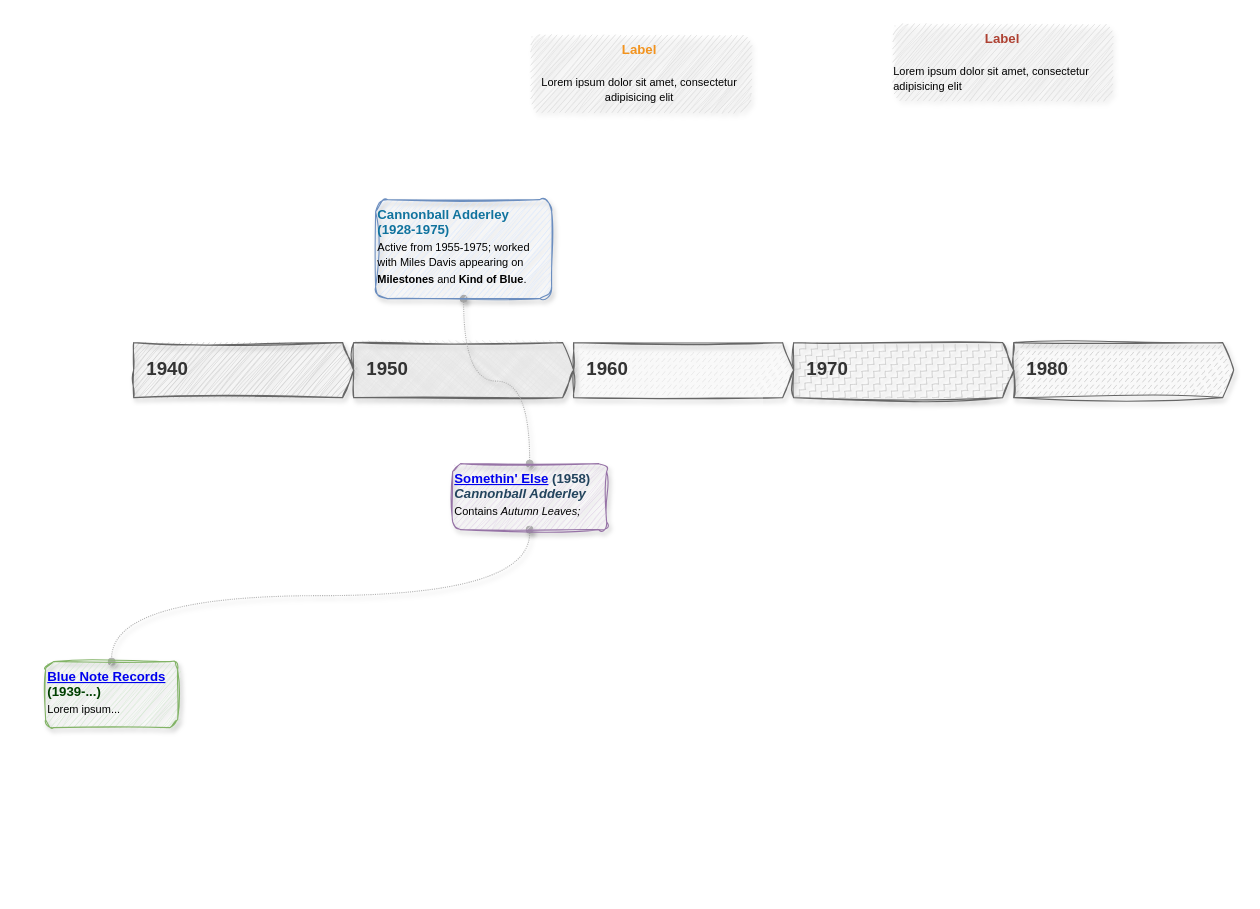
The draw.io diagram Jazz Timeline.drawio in BodoBurger/drawio-bucket, before the edit. Source tidied: cells renumbered, new cells numbered last; positions are measured from the earlier drawing's top-left corner, leaving out a move shared by most shapes. Both pictures are drawn from the tidied source at 110%, with x=0, y=0 at pixel (45, 23).
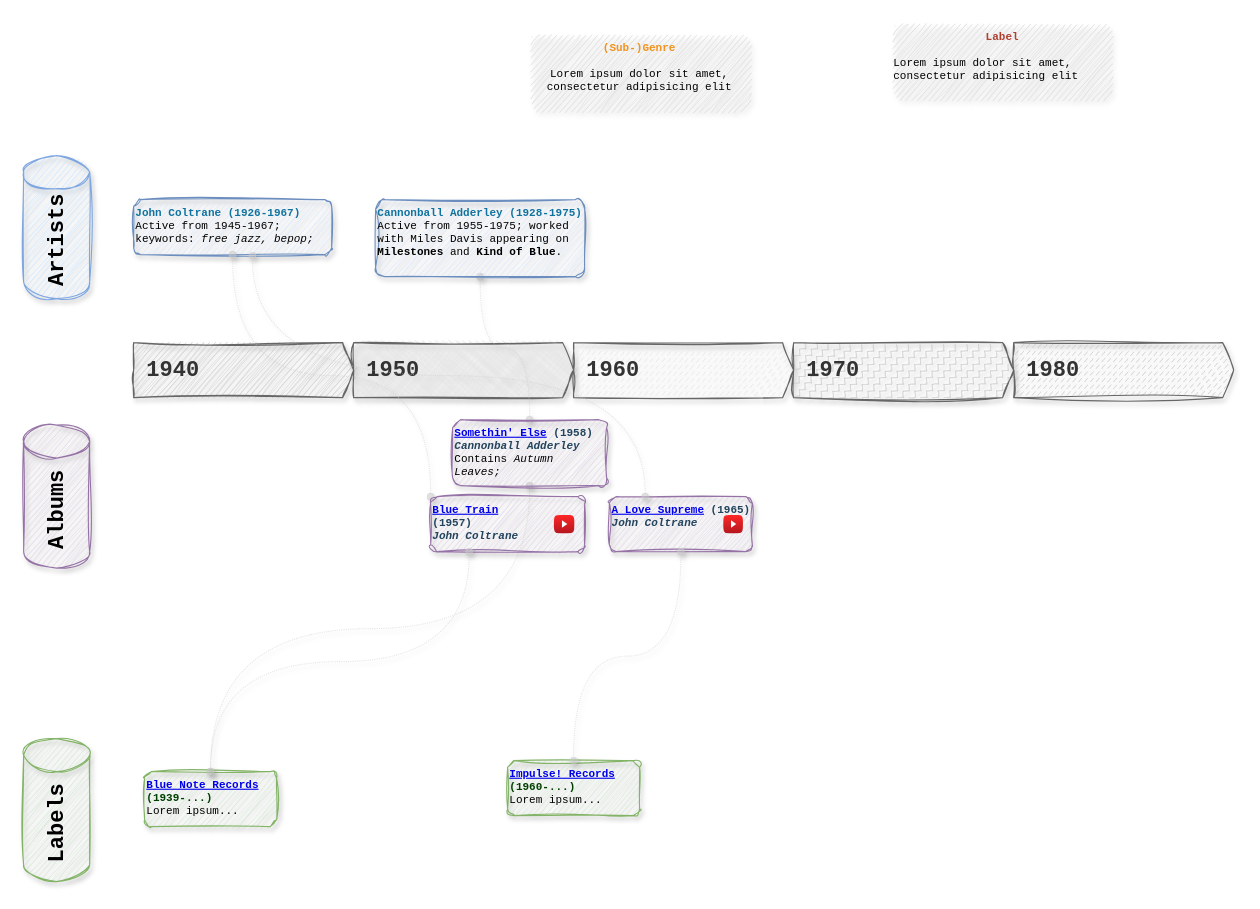
After the change.

Change to the diagram source:
```diff
@@
-    <mxCell id="2" value="1940&lt;span style=&quot;white-space: pre;&quot;&gt;&#9;&lt;/span&gt;" style="shape=mxgraph.infographic.ribbonSimple;notch1=0;notch2=10;notch=0;html=1;fillColor=#CCCCCC;strokeColor=#666666;shadow=1;fontSize=17;fontColor=#333333;align=left;spacingLeft=10;fontStyle=1;whiteSpace=wrap;fillStyle=hachure;gradientColor=none;gradientDirection=east;sketch=1;curveFitting=1;jiggle=2;" parent="1" vertex="1">
+    <mxCell id="2" value="1940&lt;span style=&quot;white-space: pre;&quot;&gt;&#9;&lt;/span&gt;" style="shape=mxgraph.infographic.ribbonSimple;notch1=0;notch2=10;notch=0;html=1;fillColor=#CCCCCC;strokeColor=#666666;shadow=1;fontSize=20;fontColor=#333333;align=left;spacingLeft=10;fontStyle=1;whiteSpace=wrap;fillStyle=hachure;gradientColor=none;gradientDirection=east;sketch=1;curveFitting=1;jiggle=2;fontFamily=Courier New;" parent="1" vertex="1">
       <mxGeometry x="80" y="290" width="200" height="50" as="geometry" />
     </mxCell>
-    <mxCell id="3" value="1950" style="shape=mxgraph.infographic.ribbonSimple;notch1=0;notch2=10;notch=0;html=1;fillColor=#E6E6E6;strokeColor=#666666;shadow=1;fontSize=17;fontColor=#333333;align=left;spacingLeft=10;fontStyle=1;whiteSpace=wrap;fillStyle=cross-hatch;sketch=1;curveFitting=1;jiggle=2;" parent="1" vertex="1">
+    <mxCell id="3" value="1950" style="shape=mxgraph.infographic.ribbonSimple;notch1=0;notch2=10;notch=0;html=1;fillColor=#E6E6E6;strokeColor=#666666;shadow=1;fontSize=20;fontColor=#333333;align=left;spacingLeft=10;fontStyle=1;whiteSpace=wrap;fillStyle=cross-hatch;sketch=1;curveFitting=1;jiggle=2;fontFamily=Courier New;" parent="1" vertex="1">
       <mxGeometry x="280" y="290" width="200" height="50" as="geometry" />
     </mxCell>
-    <mxCell id="4" value="1960" style="shape=mxgraph.infographic.ribbonSimple;notch1=0;notch2=10;notch=0;html=1;fillColor=#E6E6E6;strokeColor=#666666;shadow=1;fontSize=17;fontColor=#333333;align=left;spacingLeft=10;fontStyle=1;whiteSpace=wrap;fillStyle=dashed;sketch=1;curveFitting=1;jiggle=2;" parent="1" vertex="1">
+    <mxCell id="4" value="1960" style="shape=mxgraph.infographic.ribbonSimple;notch1=0;notch2=10;notch=0;html=1;fillColor=#E6E6E6;strokeColor=#666666;shadow=1;fontSize=20;fontColor=#333333;align=left;spacingLeft=10;fontStyle=1;whiteSpace=wrap;fillStyle=dashed;sketch=1;curveFitting=1;jiggle=2;fontFamily=Courier New;" parent="1" vertex="1">
       <mxGeometry x="480" y="290" width="200" height="50" as="geometry" />
     </mxCell>
-    <mxCell id="5" value="1970" style="shape=mxgraph.infographic.ribbonSimple;notch1=0;notch2=10;notch=0;html=1;fillColor=#CCCCCC;strokeColor=#666666;shadow=1;fontSize=17;fontColor=#333333;align=left;spacingLeft=10;fontStyle=1;whiteSpace=wrap;fillStyle=zigzag-line;sketch=1;curveFitting=1;jiggle=2;" parent="1" vertex="1">
+    <mxCell id="5" value="1970" style="shape=mxgraph.infographic.ribbonSimple;notch1=0;notch2=10;notch=0;html=1;fillColor=#CCCCCC;strokeColor=#666666;shadow=1;fontSize=20;fontColor=#333333;align=left;spacingLeft=10;fontStyle=1;whiteSpace=wrap;fillStyle=zigzag-line;sketch=1;curveFitting=1;jiggle=2;fontFamily=Courier New;" parent="1" vertex="1">
       <mxGeometry x="680" y="290" width="200" height="50" as="geometry" />
     </mxCell>
-    <mxCell id="6" value="1980" style="shape=mxgraph.infographic.ribbonSimple;notch1=0;notch2=10;notch=0;html=1;fillColor=#CCCCCC;strokeColor=#666666;shadow=1;fontSize=17;fontColor=#333333;align=left;spacingLeft=10;fontStyle=1;whiteSpace=wrap;fillStyle=dashed;sketch=1;curveFitting=1;jiggle=2;" parent="1" vertex="1">
+    <mxCell id="6" value="1980" style="shape=mxgraph.infographic.ribbonSimple;notch1=0;notch2=10;notch=0;html=1;fillColor=#CCCCCC;strokeColor=#666666;shadow=1;fontSize=20;fontColor=#333333;align=left;spacingLeft=10;fontStyle=1;whiteSpace=wrap;fillStyle=dashed;sketch=1;curveFitting=1;jiggle=2;fontFamily=Courier New;" parent="1" vertex="1">
       <mxGeometry x="880" y="290" width="200" height="50" as="geometry" />
     </mxCell>
-    <mxCell id="7" style="edgeStyle=orthogonalEdgeStyle;shape=connector;curved=1;rounded=0;jettySize=auto;html=1;exitX=0.5;exitY=0;exitDx=0;exitDy=0;entryX=0.5;entryY=1;entryDx=0;entryDy=0;strokeColor=#B3B3B3;align=center;verticalAlign=middle;fontFamily=Helvetica;fontSize=11;fontColor=default;labelBackgroundColor=default;startArrow=oval;startFill=1;endArrow=oval;endFill=1;fillColor=#f5f5f5;dashed=1;dashPattern=1 1;shadow=1;" parent="1" edge="1" source="12" target="8">
+    <mxCell id="7" style="edgeStyle=orthogonalEdgeStyle;shape=connector;curved=1;rounded=0;jettySize=auto;html=1;exitX=0.5;exitY=0;exitDx=0;exitDy=0;entryX=0.5;entryY=1;entryDx=0;entryDy=0;strokeColor=#CCCCCC;align=center;verticalAlign=middle;fontFamily=Courier New;fontSize=10;fontColor=default;labelBackgroundColor=default;startArrow=oval;startFill=1;endArrow=oval;endFill=1;fillColor=#f5f5f5;dashed=1;dashPattern=1 1;shadow=1;opacity=50;flowAnimation=0;" parent="1" edge="1" source="12" target="8">
       <mxGeometry relative="1" as="geometry" />
     </mxCell>
-    <mxCell id="8" value="&lt;div&gt;&lt;font style=&quot;font-size: 10px&quot;&gt;&lt;font style=&quot;font-size: 12px&quot; color=&quot;#10739E&quot;&gt;&lt;b&gt;Cannonball Adderley&lt;/b&gt;&lt;/font&gt;&lt;/font&gt;&lt;/div&gt;&lt;div&gt;&lt;font style=&quot;font-size: 10px&quot;&gt;&lt;font style=&quot;font-size: 12px&quot; color=&quot;#10739E&quot;&gt;&lt;b&gt;(1928-1975)&lt;/b&gt;&lt;/font&gt;&lt;/font&gt;&lt;/div&gt;&lt;div&gt;&lt;font style=&quot;font-size: 10px&quot;&gt;&lt;font size=&quot;1&quot;&gt;Active from 1955-1975; worked with Miles Davis appearing on &lt;b&gt;Milestones&lt;/b&gt; and &lt;b&gt;Kind of Blue&lt;/b&gt;.&lt;br&gt;&lt;/font&gt;&lt;/font&gt;&lt;/div&gt;" style="rounded=1;strokeColor=#6c8ebf;fillColor=#dae8fc;align=left;arcSize=12;verticalAlign=top;whiteSpace=wrap;html=1;fontSize=12;shadow=1;glass=0;sketch=1;curveFitting=1;jiggle=2;" parent="1" vertex="1">
-      <mxGeometry x="300" y="160" width="160" height="90" as="geometry" />
+    <mxCell id="8" value="&lt;div&gt;&lt;font&gt;&lt;font color=&quot;#10739E&quot;&gt;&lt;b&gt;Cannonball Adderley (1928-1975)&lt;/b&gt;&lt;/font&gt;&lt;/font&gt;&lt;/div&gt;&lt;div&gt;&lt;font&gt;&lt;font&gt;Active from 1955-1975; worked with Miles Davis appearing on &lt;b&gt;Milestones&lt;/b&gt; and &lt;b&gt;Kind of Blue&lt;/b&gt;.&lt;br&gt;&lt;/font&gt;&lt;/font&gt;&lt;/div&gt;" style="rounded=1;strokeColor=#6c8ebf;fillColor=#dae8fc;align=left;arcSize=12;verticalAlign=top;whiteSpace=wrap;html=1;fontSize=10;shadow=1;glass=0;sketch=1;curveFitting=1;jiggle=2;fontFamily=Courier New;" parent="1" vertex="1">
+      <mxGeometry x="300" y="160" width="190" height="70" as="geometry" />
     </mxCell>
-    <mxCell id="9" value="&lt;font style=&quot;font-size: 10px&quot;&gt;&lt;font style=&quot;font-size: 12px&quot; color=&quot;#F2931E&quot;&gt;&lt;b&gt;Label&lt;/b&gt;&lt;/font&gt;&lt;br&gt;&lt;br&gt;&lt;font size=&quot;1&quot;&gt;Lorem ipsum dolor sit amet, consectetur adipisicing elit&lt;/font&gt;&lt;/font&gt;" style="rounded=1;strokeColor=none;fillColor=#DDDDDD;align=center;arcSize=12;verticalAlign=top;whiteSpace=wrap;html=1;fontSize=12;sketch=1;curveFitting=1;jiggle=2;shadow=1;" parent="1" vertex="1">
+    <mxCell id="9" value="&lt;font&gt;&lt;font color=&quot;#F2931E&quot;&gt;&lt;b&gt;(Sub-)Genre&lt;/b&gt;&lt;/font&gt;&lt;br&gt;&lt;br&gt;&lt;font&gt;Lorem ipsum dolor sit amet, consectetur adipisicing elit&lt;/font&gt;&lt;/font&gt;" style="rounded=1;strokeColor=none;fillColor=#DDDDDD;align=center;arcSize=12;verticalAlign=top;whiteSpace=wrap;html=1;fontSize=10;sketch=1;curveFitting=1;jiggle=2;shadow=1;fontFamily=Courier New;" parent="1" vertex="1">
       <mxGeometry x="440" y="10" width="200" height="70" as="geometry" />
     </mxCell>
-    <mxCell id="10" value="&lt;font style=&quot;font-size: 10px&quot;&gt;&lt;font style=&quot;font-size: 12px&quot; color=&quot;#AE4132&quot;&gt;&lt;b&gt;Label&lt;/b&gt;&lt;/font&gt;&lt;br&gt;&lt;br&gt;&lt;/font&gt;&lt;div align=&quot;left&quot;&gt;&lt;font style=&quot;font-size: 10px&quot;&gt;&lt;font size=&quot;1&quot;&gt;Lorem ipsum dolor sit amet, consectetur adipisicing elit&lt;/font&gt;&lt;/font&gt;&lt;/div&gt;" style="rounded=1;strokeColor=none;fillColor=#DDDDDD;align=center;arcSize=12;verticalAlign=top;whiteSpace=wrap;html=1;fontSize=12;sketch=1;curveFitting=1;jiggle=2;shadow=1;" parent="1" vertex="1">
+    <mxCell id="10" value="&lt;font&gt;&lt;font color=&quot;#AE4132&quot;&gt;&lt;b&gt;Label&lt;/b&gt;&lt;/font&gt;&lt;br&gt;&lt;br&gt;&lt;/font&gt;&lt;div align=&quot;left&quot;&gt;&lt;font&gt;&lt;font&gt;Lorem ipsum dolor sit amet, consectetur adipisicing elit&lt;/font&gt;&lt;/font&gt;&lt;/div&gt;" style="rounded=1;strokeColor=none;fillColor=#DDDDDD;align=center;arcSize=12;verticalAlign=top;whiteSpace=wrap;html=1;fontSize=10;sketch=1;curveFitting=1;jiggle=2;shadow=1;fontFamily=Courier New;" parent="1" vertex="1">
       <mxGeometry x="770" width="200" height="70" as="geometry" />
     </mxCell>
-    <mxCell id="11" style="edgeStyle=orthogonalEdgeStyle;shape=connector;curved=1;rounded=0;jettySize=auto;html=1;exitX=0.5;exitY=1;exitDx=0;exitDy=0;entryX=0.5;entryY=0;entryDx=0;entryDy=0;dashed=1;strokeColor=#B3B3B3;align=center;verticalAlign=middle;fontFamily=Helvetica;fontSize=11;fontColor=default;labelBackgroundColor=default;startArrow=oval;startFill=1;endArrow=oval;endFill=1;fillColor=#f5f5f5;flowAnimation=0;shadow=1;dashPattern=1 1;" parent="1" edge="1" source="12" target="13">
+    <mxCell id="11" style="edgeStyle=orthogonalEdgeStyle;shape=connector;curved=1;rounded=0;jettySize=auto;html=1;exitX=0.5;exitY=1;exitDx=0;exitDy=0;entryX=0.5;entryY=0;entryDx=0;entryDy=0;dashed=1;strokeColor=#CCCCCC;align=center;verticalAlign=middle;fontFamily=Courier New;fontSize=10;fontColor=default;labelBackgroundColor=default;startArrow=oval;startFill=1;endArrow=oval;endFill=1;fillColor=#f5f5f5;flowAnimation=0;shadow=1;dashPattern=1 1;opacity=50;" parent="1" edge="1" source="12" target="13">
       <mxGeometry relative="1" as="geometry" />
     </mxCell>
-    <mxCell id="12" value="&lt;font style=&quot;font-size: 10px&quot;&gt;&lt;font style=&quot;font-size: 12px&quot; color=&quot;#23445D&quot;&gt;&lt;b&gt;&lt;a href=&quot;https://en.wikipedia.org/wiki/Somethin%27_Else_(Cannonball_Adderley_album)&quot;&gt;Somethin' Else&lt;/a&gt; (1958)&lt;br&gt;&lt;i&gt;Cannonball Adderley&lt;/i&gt;&lt;/b&gt;&lt;/font&gt;&lt;br&gt;&lt;font size=&quot;1&quot;&gt;Contains &lt;i&gt;Autumn Leaves;&lt;/i&gt;&lt;/font&gt;&lt;/font&gt;" style="rounded=1;strokeColor=#9673a6;fillColor=#e1d5e7;align=left;arcSize=12;verticalAlign=top;whiteSpace=wrap;html=1;fontSize=12;sketch=1;curveFitting=1;jiggle=2;shadow=1;" parent="1" vertex="1">
-      <mxGeometry x="370" y="400" width="140" height="60" as="geometry" />
+    <mxCell id="12" value="&lt;font&gt;&lt;font color=&quot;#23445D&quot;&gt;&lt;b&gt;&lt;a href=&quot;https://en.wikipedia.org/wiki/Somethin%27_Else_(Cannonball_Adderley_album)&quot;&gt;Somethin' Else&lt;/a&gt; (1958)&lt;br&gt;&lt;i&gt;Cannonball Adderley&lt;/i&gt;&lt;/b&gt;&lt;/font&gt;&lt;br&gt;&lt;font&gt;Contains &lt;i&gt;Autumn Leaves;&lt;/i&gt;&lt;/font&gt;&lt;/font&gt;" style="rounded=1;strokeColor=#9673a6;fillColor=#e1d5e7;align=left;arcSize=12;verticalAlign=top;whiteSpace=wrap;html=1;fontSize=10;sketch=1;curveFitting=1;jiggle=2;shadow=1;fontFamily=Courier New;" parent="1" vertex="1">
+      <mxGeometry x="370" y="360" width="140" height="60" as="geometry" />
     </mxCell>
-    <mxCell id="13" value="&lt;div&gt;&lt;font color=&quot;#004000&quot; style=&quot;font-size: 10px&quot;&gt;&lt;font style=&quot;font-size: 12px&quot;&gt;&lt;b&gt;&lt;a href=&quot;https://en.wikipedia.org/wiki/Blue_Note_Records&quot;&gt;Blue Note Records&lt;/a&gt; (1939-...)&lt;/b&gt;&lt;/font&gt;&lt;/font&gt;&lt;/div&gt;&lt;div&gt;&lt;font style=&quot;font-size: 10px&quot;&gt;&lt;font size=&quot;1&quot;&gt;Lorem ipsum...&lt;/font&gt;&lt;/font&gt;&lt;/div&gt;" style="rounded=1;strokeColor=#82b366;fillColor=#d5e8d4;align=left;arcSize=12;verticalAlign=top;whiteSpace=wrap;html=1;fontSize=12;shadow=1;sketch=1;curveFitting=1;jiggle=2;" parent="1" vertex="1">
-      <mxGeometry y="580" width="120" height="60" as="geometry" />
+    <mxCell id="13" value="&lt;div&gt;&lt;font color=&quot;#004000&quot;&gt;&lt;font&gt;&lt;b&gt;&lt;a href=&quot;https://en.wikipedia.org/wiki/Blue_Note_Records&quot;&gt;Blue Note Records&lt;/a&gt; (1939-...)&lt;/b&gt;&lt;/font&gt;&lt;/font&gt;&lt;/div&gt;&lt;div&gt;&lt;font&gt;&lt;font&gt;Lorem ipsum...&lt;/font&gt;&lt;/font&gt;&lt;/div&gt;" style="rounded=1;strokeColor=#82b366;fillColor=#d5e8d4;align=left;arcSize=12;verticalAlign=top;whiteSpace=wrap;html=1;fontSize=10;shadow=1;sketch=1;curveFitting=1;jiggle=2;fontFamily=Courier New;" parent="1" vertex="1">
+      <mxGeometry x="90" y="680" width="120" height="50" as="geometry" />
     </mxCell>
+    <mxCell id="14" value="&lt;div&gt;&lt;font&gt;&lt;font color=&quot;#10739E&quot;&gt;&lt;b&gt;John Coltrane (1926-1967)&lt;/b&gt;&lt;/font&gt;&lt;/font&gt;&lt;/div&gt;&lt;div&gt;&lt;font&gt;&lt;font&gt;Active from 1945-1967; keywords: &lt;i&gt;free jazz, bepop;&lt;br&gt;&lt;/i&gt;&lt;/font&gt;&lt;/font&gt;&lt;/div&gt;" style="rounded=1;strokeColor=#6c8ebf;fillColor=#dae8fc;align=left;arcSize=12;verticalAlign=top;whiteSpace=wrap;html=1;fontSize=10;shadow=1;glass=0;sketch=1;curveFitting=1;jiggle=2;fontFamily=Courier New;" parent="1" vertex="1">
+      <mxGeometry x="80" y="160" width="180" height="50" as="geometry" />
+    </mxCell>
+    <mxCell id="15" value="&lt;div&gt;Labels&lt;/div&gt;" style="shape=cylinder3;whiteSpace=wrap;html=1;boundedLbl=1;backgroundOutline=1;size=15;sketch=1;curveFitting=1;jiggle=2;fontStyle=1;labelBorderColor=none;labelBackgroundColor=none;textShadow=0;fillColor=#d5e8d4;strokeColor=#82b366;rounded=1;shadow=1;align=center;verticalAlign=middle;arcSize=12;fontFamily=Courier New;fontSize=20;fontColor=default;horizontal=0;" parent="1" vertex="1">
+      <mxGeometry x="-20" y="650" width="60" height="130" as="geometry" />
+    </mxCell>
+    <mxCell id="16" value="Albums" style="shape=cylinder3;whiteSpace=wrap;html=1;boundedLbl=1;backgroundOutline=1;size=15;sketch=1;curveFitting=1;jiggle=2;fontStyle=1;labelBorderColor=none;labelBackgroundColor=none;textShadow=0;fillColor=#e1d5e7;strokeColor=#9673a6;rounded=1;shadow=1;align=center;verticalAlign=middle;arcSize=12;fontFamily=Courier New;fontSize=20;fontColor=default;horizontal=0;" parent="1" vertex="1">
+      <mxGeometry x="-20" y="365" width="60" height="130" as="geometry" />
+    </mxCell>
+    <mxCell id="17" value="Artists" style="shape=cylinder3;whiteSpace=wrap;html=1;boundedLbl=1;backgroundOutline=1;size=15;sketch=1;curveFitting=1;jiggle=2;fontStyle=1;labelBorderColor=none;labelBackgroundColor=none;textShadow=0;fillColor=#cce5ff;strokeColor=#7EA6E0;rounded=1;shadow=1;align=center;verticalAlign=middle;arcSize=12;fontFamily=Courier New;fontSize=20;horizontal=0;" parent="1" vertex="1">
+      <mxGeometry x="-20" y="120" width="60" height="130" as="geometry" />
+    </mxCell>
+    <mxCell id="18" style="edgeStyle=orthogonalEdgeStyle;shape=connector;curved=1;rounded=0;jettySize=auto;html=1;exitX=0;exitY=0;exitDx=0;exitDy=0;entryX=0.5;entryY=1;entryDx=0;entryDy=0;shadow=1;dashed=1;dashPattern=1 1;strokeColor=#CCCCCC;align=center;verticalAlign=middle;fontFamily=Courier New;fontSize=10;fontColor=default;labelBackgroundColor=default;startArrow=oval;startFill=1;endArrow=oval;endFill=1;flowAnimation=0;fillColor=#f5f5f5;opacity=50;" parent="1" edge="1" source="19" target="14">
+      <mxGeometry relative="1" as="geometry" />
+    </mxCell>
+    <mxCell id="19" style="group;" parent="1" vertex="1">
+      <mxGeometry x="350" y="430" width="140" height="50" as="geometry" />
+    </mxCell>
+    <mxCell id="20" value="&lt;div&gt;&lt;font&gt;&lt;font color=&quot;#23445D&quot;&gt;&lt;b&gt;&lt;a href=&quot;https://en.wikipedia.org/wiki/Blue_Train_(album)&quot;&gt;Blue Train&lt;/a&gt;&lt;br&gt;&lt;/b&gt;&lt;/font&gt;&lt;/font&gt;&lt;/div&gt;&lt;div&gt;&lt;font&gt;&lt;font color=&quot;#23445D&quot;&gt;&lt;b&gt;(1957)&lt;/b&gt;&lt;/font&gt;&lt;/font&gt;&lt;/div&gt;&lt;font&gt;&lt;font color=&quot;#23445D&quot;&gt;&lt;b&gt;&lt;i&gt;John Coltrane&lt;/i&gt;&lt;/b&gt;&lt;/font&gt;&lt;br&gt;&lt;/font&gt;" style="rounded=1;strokeColor=#9673a6;fillColor=#e1d5e7;align=left;arcSize=12;verticalAlign=top;whiteSpace=wrap;html=1;fontSize=10;sketch=1;curveFitting=1;jiggle=2;shadow=1;fontFamily=Courier New;" parent="19" vertex="1">
+      <mxGeometry width="140" height="50" as="geometry" />
+    </mxCell>
+    <mxCell id="21" style="group;" parent="19" vertex="1">
+      <mxGeometry y="5" width="140" height="40" as="geometry" />
+    </mxCell>
+    <mxCell id="22" style="dashed=0;html=1;align=center;labelPosition=center;verticalLabelPosition=bottom;verticalAlign=top;shape=mxgraph.weblogos.youtube_2;fillColor=#FF2626;gradientColor=#B5171F;" parent="21" vertex="1">
+      <mxGeometry x="112" y="11.6" width="18.7" height="16.8" as="geometry" />
+    </mxCell>
+    <mxCell id="23" style="edgeStyle=orthogonalEdgeStyle;shape=connector;curved=1;rounded=0;jettySize=auto;html=1;entryX=0.5;entryY=0;entryDx=0;entryDy=0;shadow=1;dashed=1;dashPattern=1 1;strokeColor=#CCCCCC;align=center;verticalAlign=middle;fontFamily=Courier New;fontSize=10;fontColor=default;labelBackgroundColor=default;startArrow=oval;startFill=1;endArrow=oval;endFill=1;flowAnimation=0;fillColor=#f5f5f5;exitX=0.25;exitY=1;exitDx=0;exitDy=0;opacity=50;" parent="1" edge="1" source="20" target="13">
+      <mxGeometry relative="1" as="geometry" />
+    </mxCell>
+    <mxCell id="24" style="group;" parent="1" vertex="1">
+      <mxGeometry x="512.5" y="430" width="135" height="50" as="geometry" />
+    </mxCell>
+    <mxCell id="25" style="group;" parent="24" vertex="1">
+      <mxGeometry width="135" height="50" as="geometry" />
+    </mxCell>
+    <mxCell id="26" value="&lt;font&gt;&lt;font color=&quot;#23445D&quot;&gt;&lt;b&gt;&lt;a href=&quot;https://en.wikipedia.org/wiki/A_Love_Supreme&quot;&gt;A Love Supreme&lt;/a&gt; (1965)&lt;br&gt;&lt;i&gt;John Coltrane&lt;/i&gt;&lt;/b&gt;&lt;/font&gt;&lt;br&gt;&lt;/font&gt;" style="rounded=1;strokeColor=#9673a6;fillColor=#e1d5e7;align=left;arcSize=12;verticalAlign=top;whiteSpace=wrap;html=1;fontSize=10;sketch=1;curveFitting=1;jiggle=2;shadow=1;fontFamily=Courier New;" parent="25" vertex="1">
+      <mxGeometry width="130" height="50" as="geometry" />
+    </mxCell>
+    <mxCell id="27" style="dashed=0;html=1;align=center;labelPosition=center;verticalLabelPosition=bottom;verticalAlign=top;shape=mxgraph.weblogos.youtube_2;fillColor=#FF2626;gradientColor=#B5171F;" parent="25" vertex="1">
+      <mxGeometry x="103.5" y="16.6" width="18" height="16.8" as="geometry" />
+    </mxCell>
+    <mxCell id="28" style="edgeStyle=orthogonalEdgeStyle;shape=connector;curved=1;rounded=0;jettySize=auto;html=1;exitX=0.25;exitY=0;exitDx=0;exitDy=0;entryX=0.6;entryY=1.02;entryDx=0;entryDy=0;entryPerimeter=0;shadow=1;dashed=1;dashPattern=1 1;strokeColor=#CCCCCC;align=center;verticalAlign=middle;fontFamily=Courier New;fontSize=10;fontColor=default;labelBackgroundColor=default;startArrow=oval;startFill=1;endArrow=oval;endFill=1;flowAnimation=0;fillColor=#f5f5f5;opacity=50;" parent="1" edge="1" source="26" target="14">
+      <mxGeometry relative="1" as="geometry" />
+    </mxCell>
+    <mxCell id="29" value="&lt;div&gt;&lt;font color=&quot;#004000&quot;&gt;&lt;font&gt;&lt;b&gt;&lt;a href=&quot;https://en.wikipedia.org/wiki/Impulse!_Records&quot;&gt;Impulse! Records&lt;/a&gt; (1960-...)&lt;/b&gt;&lt;/font&gt;&lt;/font&gt;&lt;/div&gt;&lt;div&gt;&lt;font&gt;&lt;font&gt;Lorem ipsum...&lt;/font&gt;&lt;/font&gt;&lt;/div&gt;" style="rounded=1;strokeColor=#82b366;fillColor=#d5e8d4;align=left;arcSize=12;verticalAlign=top;whiteSpace=wrap;html=1;fontSize=10;shadow=1;sketch=1;curveFitting=1;jiggle=2;fontFamily=Courier New;" parent="1" vertex="1">
+      <mxGeometry x="420" y="670" width="120" height="50" as="geometry" />
+    </mxCell>
+    <mxCell id="30" style="edgeStyle=orthogonalEdgeStyle;shape=connector;curved=1;rounded=0;jettySize=auto;html=1;exitX=0.5;exitY=1;exitDx=0;exitDy=0;entryX=0.5;entryY=0;entryDx=0;entryDy=0;shadow=1;dashed=1;dashPattern=1 1;opacity=50;strokeColor=#CCCCCC;align=center;verticalAlign=middle;fontFamily=Courier New;fontSize=10;fontColor=default;labelBackgroundColor=default;startArrow=oval;startFill=1;endArrow=oval;endFill=1;flowAnimation=0;fillColor=#f5f5f5;" parent="1" edge="1" source="26" target="29">
+      <mxGeometry relative="1" as="geometry" />
+    </mxCell>
```
